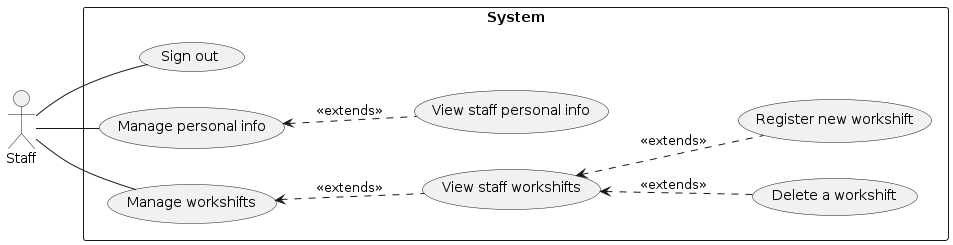
This is docs/UML/Usecase Diagrams/staff.png from LapTQ/MCT, a PlantUML export, as it was before one commit. Source of this version:
```plantuml
@startuml
left to right direction

:Staff: as Staff

rectangle System {
    (Sign out) as (UC02)
    (Manage personal info) as (UC17)

    (Manage workshifts) as (UC16)

        (Delete a workshift) as (UC15)
        (View staff workshifts) as (UC08)
        (Register new workshift) as (UC14)
        (View staff personal info) as (UC07)

}

Staff -- UC02
Staff -down- UC17
Staff -- UC16
UC16 <.down.  UC08: <<extends>>
UC08 <.down. UC14: <<extends>>
UC08 <.down.  UC15: <<extends>>
UC17 <.down.  UC07: <<extends>>

@enduml
```
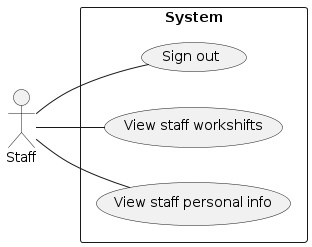
Above is the later version.

The edit, as a diff of the source:
```diff
@@ -5,23 +5,13 @@
 
 rectangle System {
     (Sign out) as (UC02)
-    (Manage personal info) as (UC17)
-
-    (Manage workshifts) as (UC16)
-
-        (Delete a workshift) as (UC15)
-        (View staff workshifts) as (UC08)
-        (Register new workshift) as (UC14)
-        (View staff personal info) as (UC07)
+    (View staff workshifts) as (UC08)
+    (View staff personal info) as (UC07)
 
 }
 
 Staff -- UC02
-Staff -down- UC17
-Staff -- UC16
-UC16 <.down.  UC08: <<extends>>
-UC08 <.down. UC14: <<extends>>
-UC08 <.down.  UC15: <<extends>>
-UC17 <.down.  UC07: <<extends>>
+Staff -down- UC07
+Staff -- UC08
 
 @enduml
```
